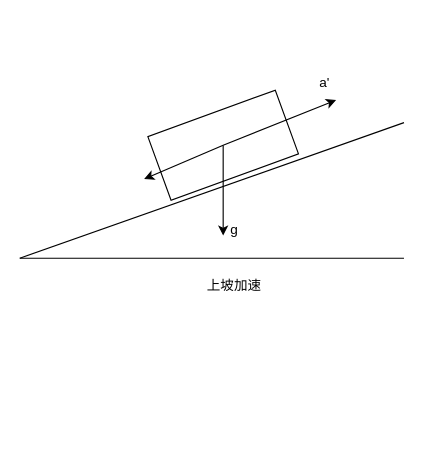
Before: imu_direction.drawio in woshitanwang/pics_procdure, a draw.io diagram. Source tidied: cells renumbered, new cells numbered last; positions are measured from the earlier drawing's top-left corner, leaving out a move shared by most shapes. Both pictures are drawn from the tidied source at 113%, with x=0, y=0 at pixel (19, 66).
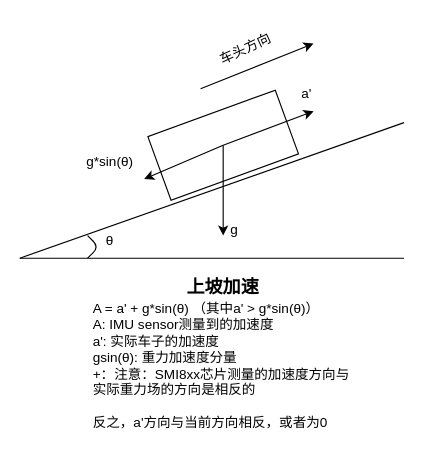
Above is the later version.

Change to the diagram source:
```diff
@@
     <mxCell id="5" style="endArrow=classic;html=1;rounded=0;" parent="1" edge="1">
       <mxGeometry relative="1" as="geometry">
         <mxPoint x="180" y="70" as="sourcePoint" />
-        <mxPoint x="280" y="30" as="targetPoint" />
+        <mxPoint x="260" y="40" as="targetPoint" />
       </mxGeometry>
     </mxCell>
-    <mxCell id="6" value="上坡加速" style="text;html=1;strokeColor=none;fillColor=none;align=center;verticalAlign=middle;whiteSpace=wrap;rounded=0;" parent="1" vertex="1">
-      <mxGeometry x="160" y="180" width="60" height="30" as="geometry" />
+    <mxCell id="6" value="上坡加速" style="text;html=1;strokeColor=none;fillColor=none;align=center;verticalAlign=middle;whiteSpace=wrap;rounded=0;labelBorderColor=none;labelBackgroundColor=none;fontStyle=1;fontSize=16;" parent="1" vertex="1">
+      <mxGeometry x="140" y="180" width="80" height="30" as="geometry" />
     </mxCell>
     <mxCell id="7" value="a'" style="text;html=1;strokeColor=none;fillColor=none;align=center;verticalAlign=middle;whiteSpace=wrap;rounded=0;" parent="1" vertex="1">
-      <mxGeometry x="240" width="60" height="30" as="geometry" />
+      <mxGeometry x="223.8" y="10" width="60" height="30" as="geometry" />
     </mxCell>
@@
+    <mxCell id="11" value="g*sin(θ)" style="text;html=1;strokeColor=none;fillColor=none;align=center;verticalAlign=middle;whiteSpace=wrap;rounded=0;" parent="1" vertex="1">
+      <mxGeometry x="50" y="70" width="60" height="30" as="geometry" />
+    </mxCell>
+    <mxCell id="12" value="θ" style="text;html=1;strokeColor=none;fillColor=none;align=center;verticalAlign=middle;whiteSpace=wrap;rounded=0;" parent="1" vertex="1">
+      <mxGeometry x="50" y="140" width="60" height="30" as="geometry" />
+    </mxCell>
+    <mxCell id="13" style="endArrow=none;html=1;rounded=1;" parent="1" edge="1">
+      <mxGeometry relative="1" as="geometry">
+        <mxPoint x="60" y="170" as="sourcePoint" />
+        <mxPoint x="60" y="150" as="targetPoint" />
+        <Array as="points">
+          <mxPoint x="70" y="160" />
+        </Array>
+      </mxGeometry>
+    </mxCell>
+    <mxCell id="14" value="A = a' + g*sin(θ) （其中a' &amp;gt; g*sin(&lt;span style=&quot;text-align: center;&quot;&gt;θ&lt;/span&gt;)）&lt;br&gt;A: IMU sensor测量到的加速度&lt;br&gt;a': 实际车子的加速度&lt;br&gt;gsin(θ): 重力加速度分量&lt;br&gt;+：&lt;span style=&quot;text-align: center;&quot;&gt;&lt;font style=&quot;font-size: 12px;&quot;&gt;注意：SMI8xx芯片测量的加速度方向与实际重力场的方向是相反的&lt;/font&gt;&lt;/span&gt;&lt;br&gt;&lt;br&gt;反之，a'方向与当前方向相反，或者为0" style="text;html=1;strokeColor=none;fillColor=none;align=left;verticalAlign=middle;whiteSpace=wrap;rounded=0;" parent="1" vertex="1">
+      <mxGeometry x="63.1" y="220" width="233.8" height="90" as="geometry" />
+    </mxCell>
+    <mxCell id="15" style="endArrow=classic;html=1;rounded=1;fontSize=12;" parent="1" edge="1">
+      <mxGeometry relative="1" as="geometry">
+        <mxPoint x="160" y="20" as="sourcePoint" />
+        <mxPoint x="260" y="-20" as="targetPoint" />
+      </mxGeometry>
+    </mxCell>
+    <mxCell id="16" value="车头方向" style="text;html=1;strokeColor=none;fillColor=none;align=center;verticalAlign=middle;whiteSpace=wrap;rounded=0;labelBackgroundColor=none;labelBorderColor=none;fontSize=12;rotation=-25;" parent="1" vertex="1">
+      <mxGeometry x="170" y="-30" width="60" height="30" as="geometry" />
+    </mxCell>
```
